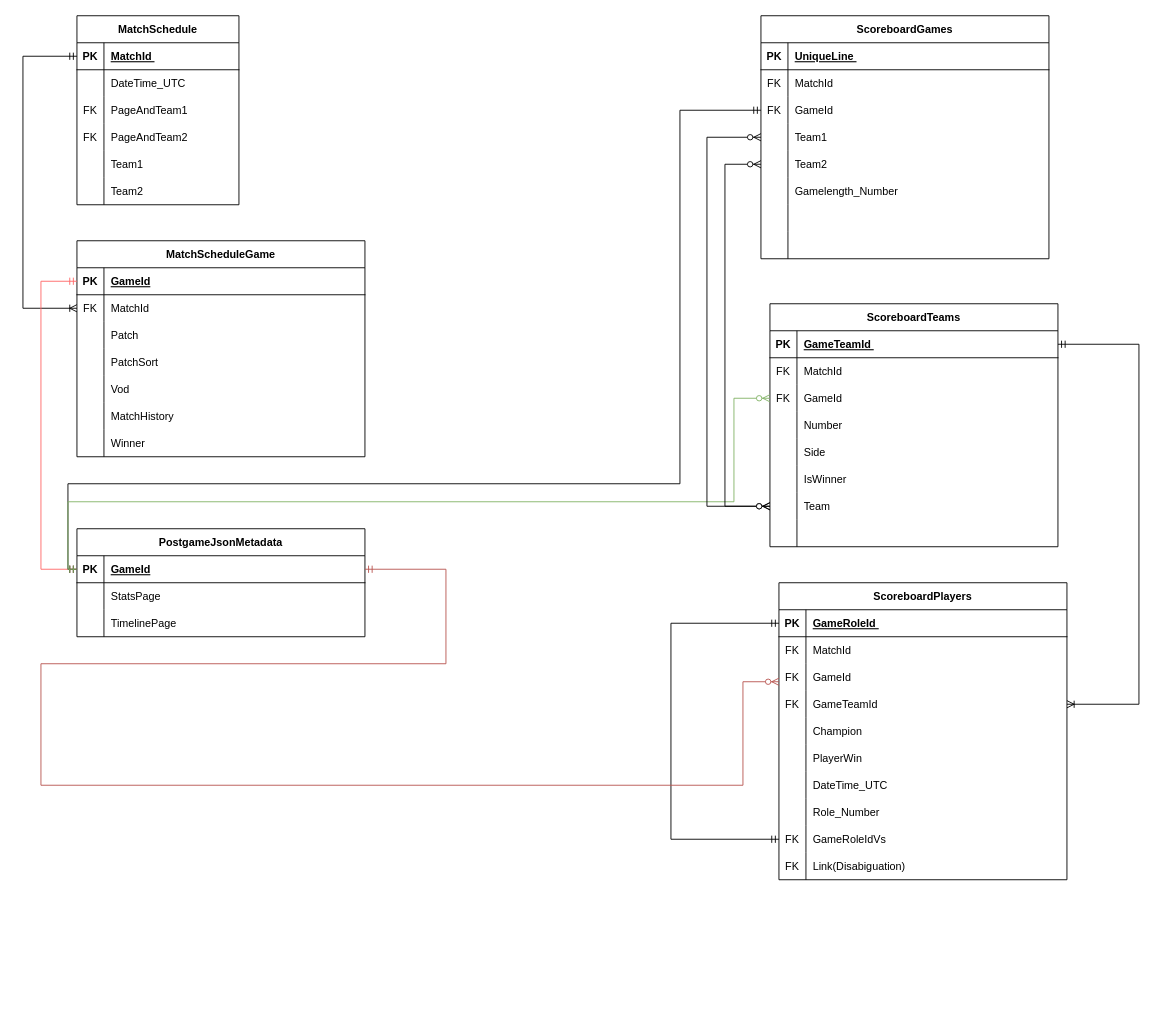
This is Untitled Diagram.drawio from EderReisS/API_LoL, a draw.io file, before an edit. Source tidied: cells renumbered, new cells numbered last; positions are measured from the earlier drawing's top-left corner, leaving out a move shared by most shapes. Both pictures are drawn from the tidied source at 90%, with x=0, y=0 at pixel (22, 15).
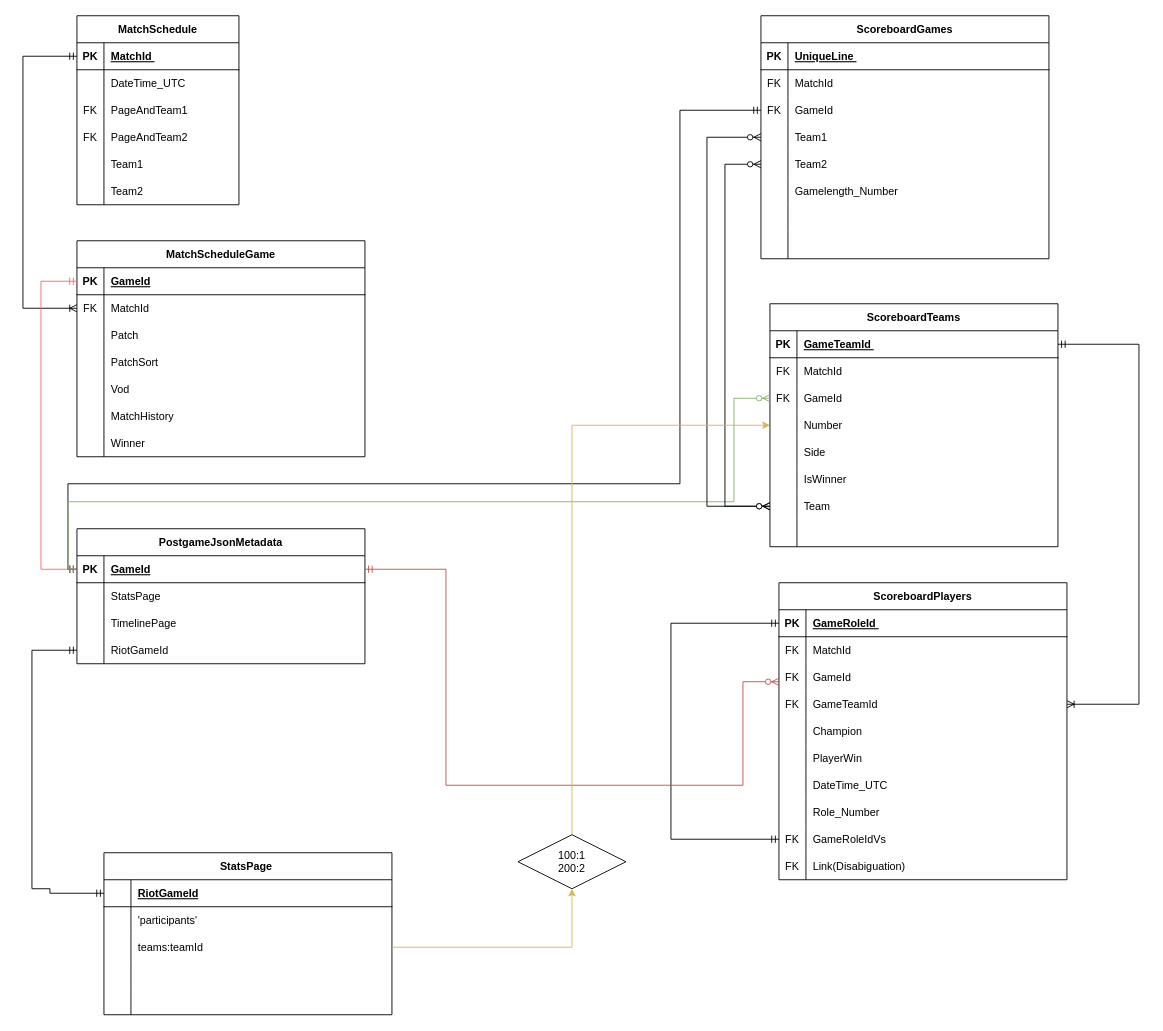
Above is the later version.

The change refers to these unchanged cells:
```xml
<mxCell id="44" style="shape=tableRow;horizontal=0;startSize=0;swimlaneHead=0;swimlaneBody=0;fillColor=none;points=[[0,0.5],[1,0.5]];portConstraint=eastwest;top=0;left=0;right=0;bottom=1;" parent="43" vertex="1">
  <mxGeometry y="30" width="320" height="30" as="geometry" />
</mxCell>
<mxCell id="90" style="shape=tableRow;horizontal=0;startSize=0;swimlaneHead=0;swimlaneBody=0;fillColor=none;points=[[0,0.5],[1,0.5]];portConstraint=eastwest;top=0;left=0;right=0;bottom=0;" parent="80" vertex="1">
  <mxGeometry y="120" width="320" height="30" as="geometry" />
</mxCell>
```

Change to the diagram source:
```diff
@@
     <mxCell id="43" value="PostgameJsonMetadata" style="shape=table;startSize=30;childLayout=tableLayout;rowLines=0;fontStyle=1;align=center;" parent="1" vertex="1">
-      <mxGeometry x="60" y="570" width="320" height="120" as="geometry" />
+      <mxGeometry x="60" y="570" width="320" height="150" as="geometry" />
     </mxCell>
@@
+    <mxCell id="143" style="shape=tableRow;horizontal=0;startSize=0;swimlaneHead=0;swimlaneBody=0;fillColor=none;points=[[0,0.5],[1,0.5]];portConstraint=eastwest;top=0;left=0;right=0;bottom=0;" parent="43" vertex="1">
+      <mxGeometry y="120" width="320" height="30" as="geometry" />
+    </mxCell>
+    <mxCell id="144" style="shape=partialRectangle;fillColor=none;top=0;left=0;bottom=0;right=0;overflow=hidden;" parent="143" vertex="1">
+      <mxGeometry width="30" height="30" as="geometry" />
+    </mxCell>
+    <mxCell id="145" value="RiotGameId" style="shape=partialRectangle;fillColor=none;top=0;left=0;bottom=0;right=0;align=left;spacingLeft=6;overflow=hidden;" parent="143" vertex="1">
+      <mxGeometry x="30" width="290" height="30" as="geometry" />
+    </mxCell>
@@
     <mxCell id="139" style="edgeStyle=orthogonalEdgeStyle;fontSize=12;html=1;endArrow=ERzeroToMany;startArrow=ERmandOne;rounded=0;entryX=0;entryY=0.5;entryDx=0;entryDy=0;exitX=1;exitY=0.5;exitDx=0;exitDy=0;fillColor=#f8cecc;strokeColor=#b85450;" parent="1" edge="1" source="44">
       <mxGeometry relative="1" as="geometry">
         <mxPoint x="840" y="740" as="targetPoint" />
         <Array as="points">
           <mxPoint x="470" y="615" />
-          <mxPoint x="470" y="720" />
-          <mxPoint x="20" y="720" />
-          <mxPoint x="20" y="855" />
+          <mxPoint x="470" y="855" />
           <mxPoint x="800" y="855" />
           <mxPoint x="800" y="740" />
         </Array>
       </mxGeometry>
     </mxCell>
@@
+    <mxCell id="146" value="StatsPage " style="shape=table;startSize=30;childLayout=tableLayout;rowLines=0;fontStyle=1;align=center;" parent="1" vertex="1">
+      <mxGeometry x="90" y="930" width="320" height="180" as="geometry" />
+    </mxCell>
+    <mxCell id="147" style="shape=tableRow;horizontal=0;startSize=0;swimlaneHead=0;swimlaneBody=0;fillColor=none;points=[[0,0.5],[1,0.5]];portConstraint=eastwest;top=0;left=0;right=0;bottom=1;" parent="146" vertex="1">
+      <mxGeometry y="30" width="320" height="30" as="geometry" />
+    </mxCell>
+    <mxCell id="148" style="shape=partialRectangle;fillColor=none;top=0;left=0;bottom=0;right=0;fontStyle=1;overflow=hidden;" parent="147" vertex="1">
+      <mxGeometry width="30" height="30" as="geometry" />
+    </mxCell>
+    <mxCell id="149" value="RiotGameId" style="shape=partialRectangle;fillColor=none;top=0;left=0;bottom=0;right=0;align=left;spacingLeft=6;fontStyle=5;overflow=hidden;" parent="147" vertex="1">
+      <mxGeometry x="30" width="290" height="30" as="geometry" />
+    </mxCell>
+    <mxCell id="150" style="shape=tableRow;horizontal=0;startSize=0;swimlaneHead=0;swimlaneBody=0;fillColor=none;top=0;left=0;right=0;bottom=0;" parent="146" vertex="1">
+      <mxGeometry y="60" width="320" height="30" as="geometry" />
+    </mxCell>
+    <mxCell id="151" style="shape=partialRectangle;fillColor=none;top=0;left=0;bottom=0;right=0;overflow=hidden;" parent="150" vertex="1">
+      <mxGeometry width="30" height="30" as="geometry" />
+    </mxCell>
+    <mxCell id="152" value="'participants'" style="shape=partialRectangle;fillColor=none;top=0;left=0;bottom=0;right=0;align=left;spacingLeft=6;overflow=hidden;" parent="150" vertex="1">
+      <mxGeometry x="30" width="290" height="30" as="geometry" />
+    </mxCell>
+    <mxCell id="153" style="shape=tableRow;horizontal=0;startSize=0;swimlaneHead=0;swimlaneBody=0;fillColor=none;points=[[0,0.5],[1,0.5]];portConstraint=eastwest;top=0;left=0;right=0;bottom=0;" parent="146" vertex="1">
+      <mxGeometry y="90" width="320" height="30" as="geometry" />
+    </mxCell>
+    <mxCell id="154" style="shape=partialRectangle;fillColor=none;top=0;left=0;bottom=0;right=0;overflow=hidden;" parent="153" vertex="1">
+      <mxGeometry width="30" height="30" as="geometry" />
+    </mxCell>
+    <mxCell id="155" value="teams:teamId" style="shape=partialRectangle;fillColor=none;top=0;left=0;bottom=0;right=0;align=left;spacingLeft=6;overflow=hidden;" parent="153" vertex="1">
+      <mxGeometry x="30" width="290" height="30" as="geometry" />
+    </mxCell>
+    <mxCell id="156" style="shape=tableRow;horizontal=0;startSize=0;swimlaneHead=0;swimlaneBody=0;fillColor=none;top=0;left=0;right=0;bottom=0;" parent="146" vertex="1">
+      <mxGeometry y="120" width="320" height="30" as="geometry" />
+    </mxCell>
+    <mxCell id="157" style="shape=partialRectangle;fillColor=none;top=0;left=0;bottom=0;right=0;overflow=hidden;" parent="156" vertex="1">
+      <mxGeometry width="30" height="30" as="geometry" />
+    </mxCell>
+    <mxCell id="158" style="shape=partialRectangle;fillColor=none;top=0;left=0;bottom=0;right=0;align=left;spacingLeft=6;overflow=hidden;" parent="156" vertex="1">
+      <mxGeometry x="30" width="290" height="30" as="geometry" />
+    </mxCell>
+    <mxCell id="159" style="shape=tableRow;horizontal=0;startSize=0;swimlaneHead=0;swimlaneBody=0;fillColor=none;top=0;left=0;right=0;bottom=0;" parent="146" vertex="1">
+      <mxGeometry y="150" width="320" height="30" as="geometry" />
+    </mxCell>
+    <mxCell id="160" style="shape=partialRectangle;fillColor=none;top=0;left=0;bottom=0;right=0;overflow=hidden;" parent="159" vertex="1">
+      <mxGeometry width="30" height="30" as="geometry" />
+    </mxCell>
+    <mxCell id="161" style="shape=partialRectangle;fillColor=none;top=0;left=0;bottom=0;right=0;align=left;spacingLeft=6;overflow=hidden;" parent="159" vertex="1">
+      <mxGeometry x="30" width="290" height="30" as="geometry" />
+    </mxCell>
+    <mxCell id="162" style="edgeStyle=orthogonalEdgeStyle;fontSize=12;html=1;endArrow=ERmandOne;startArrow=ERmandOne;rounded=0;entryX=0;entryY=0.5;entryDx=0;entryDy=0;exitX=0;exitY=0.5;exitDx=0;exitDy=0;" parent="1" edge="1" source="147" target="143">
+      <mxGeometry relative="1" as="geometry">
+        <Array as="points">
+          <mxPoint x="30" y="975" />
+          <mxPoint x="30" y="970" />
+          <mxPoint x="10" y="970" />
+          <mxPoint x="10" y="705" />
+        </Array>
+      </mxGeometry>
+    </mxCell>
+    <mxCell id="163" style="edgeStyle=orthogonalEdgeStyle;rounded=0;jettySize=auto;html=1;exitX=0.5;exitY=0;exitDx=0;exitDy=0;entryX=0;entryY=0.5;entryDx=0;entryDy=0;fillColor=#fff2cc;strokeColor=#d6b656;" parent="1" edge="1" source="164" target="90">
+      <mxGeometry relative="1" as="geometry" />
+    </mxCell>
+    <mxCell id="164" value="100:1&lt;br&gt;200:2" style="shape=rhombus;perimeter=rhombusPerimeter;whiteSpace=wrap;html=1;align=center;" parent="1" vertex="1">
+      <mxGeometry x="550" y="910" width="120" height="60" as="geometry" />
+    </mxCell>
+    <mxCell id="165" style="edgeStyle=orthogonalEdgeStyle;rounded=0;jettySize=auto;html=1;exitX=1;exitY=0.5;exitDx=0;exitDy=0;entryX=0.5;entryY=1;entryDx=0;entryDy=0;fillColor=#fff2cc;strokeColor=#d6b656;" parent="1" edge="1" source="153" target="164">
+      <mxGeometry relative="1" as="geometry" />
+    </mxCell>
```
